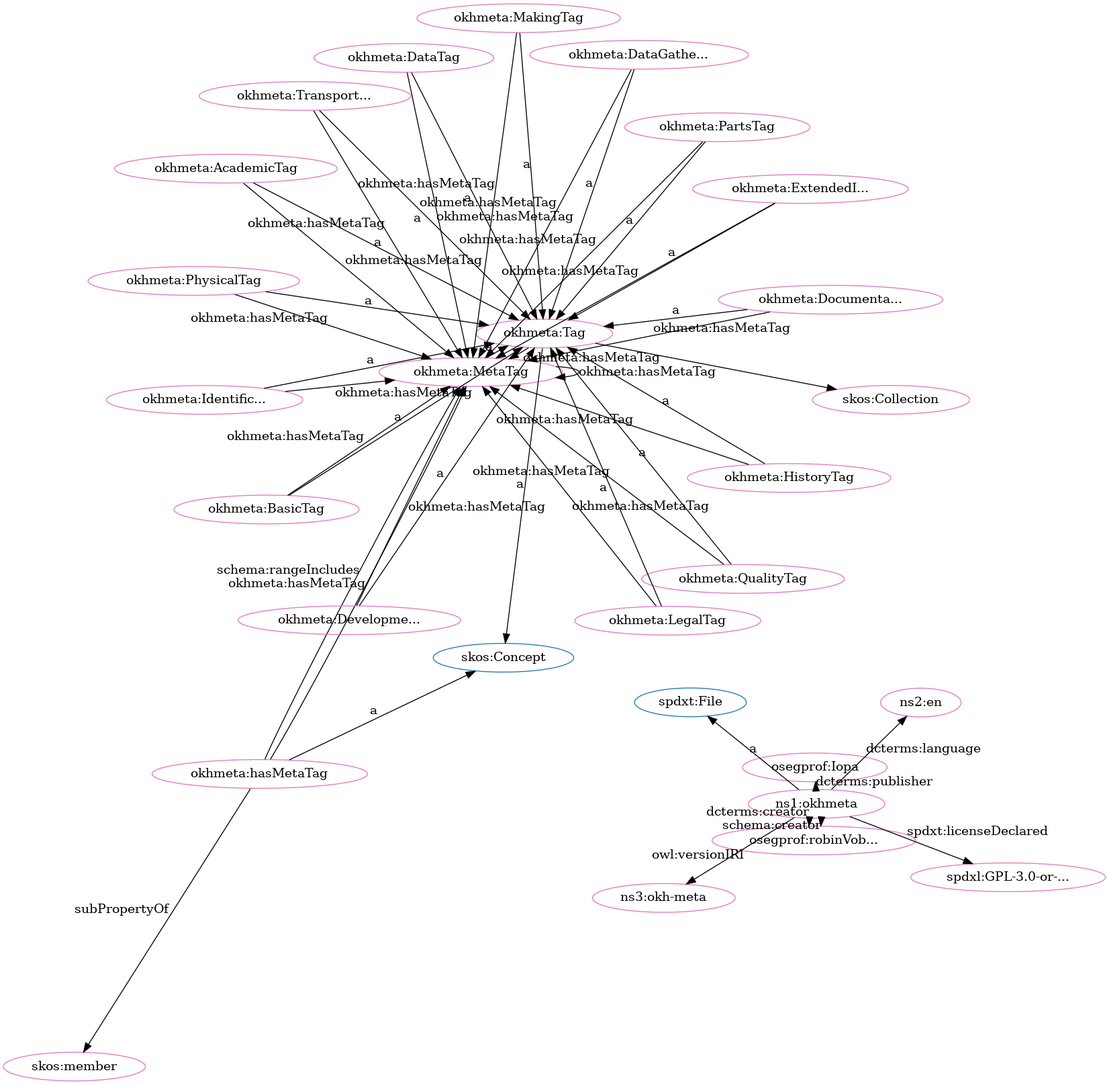
The Graphviz diagram src/spec/dot_okh-meta-clean.png in iop-alliance/OpenKnowHow, before a commit. Its source is kept beside it as src/spec/dot_okh-meta-clean.dot.
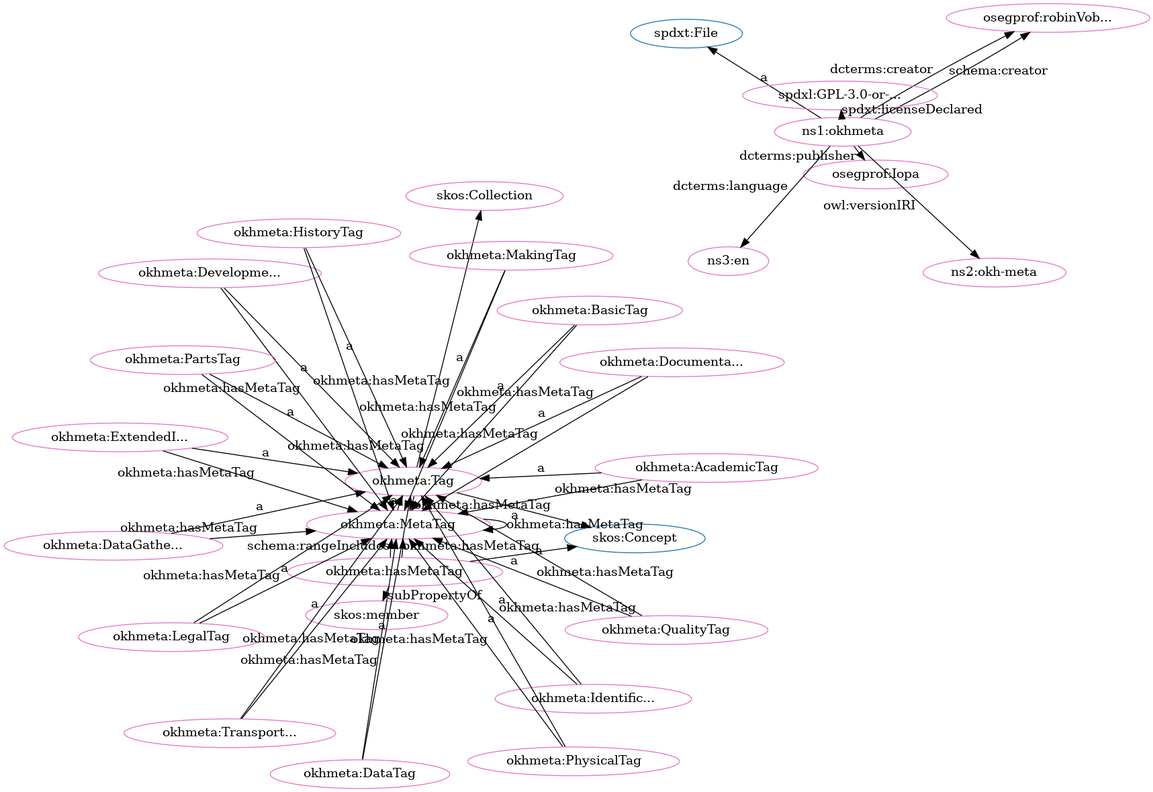
Above is the later version.

Diff of the diagram source:
```diff
@@ -2,80 +2,80 @@
   rankdir=BT
   node[height=.3]
 "http://spdx.org/rdf/terms#File" [fillcolor="#1f77b4" color="#1f77b4" label="spdxt:File"]
+"https://w3id.org/oseg/ont/okhmeta#Tag" [fillcolor="#1f77b4" color="#1f77b4" label="okhmeta:Tag"]
+"http://www.w3.org/2004/02/skos/core#Collection" [fillcolor="#1f77b4" color="#1f77b4" label="skos:Collection"]
+"https://w3id.org/oseg/ont/okhmeta#MetaTag" [fillcolor="#1f77b4" color="#1f77b4" label="okhmeta:MetaTag"]
 "http://www.w3.org/2004/02/skos/core#Concept" [fillcolor="#1f77b4" color="#1f77b4" label="skos:Concept"]
-"https://w3id.org/oseg/ont/okhmeta#MetaTag" [fillcolor="#1f77b4" color="#1f77b4" label="okhmeta:MetaTag"]
-"http://www.w3.org/2004/02/skos/core#Collection" [fillcolor="#1f77b4" color="#1f77b4" label="skos:Collection"]
-"https://w3id.org/oseg/ont/okhmeta#Tag" [fillcolor="#1f77b4" color="#1f77b4" label="okhmeta:Tag"]
+"https://w3id.org/oseg/ont/okhmeta#BasicTag" [fillcolor="#e377c2" color="#e377c2" label="okhmeta:BasicTag"]
 "https://w3id.org/oseg/ont/okhmeta#MetaTag" [fillcolor="#e377c2" color="#e377c2" label="okhmeta:MetaTag"]
+"https://w3id.org/oseg/ont/okhmeta#ExtendedInfoTag" [fillcolor="#e377c2" color="#e377c2" label="okhmeta:ExtendedI..."]
+"https://w3id.org/oseg/ont/okhmeta#DevelopmentTag" [fillcolor="#e377c2" color="#e377c2" label="okhmeta:Developme..."]
+"https://w3id.org/oseg/ont/okhmeta#QualityTag" [fillcolor="#e377c2" color="#e377c2" label="okhmeta:QualityTag"]
+"https://w3id.org/oseg/ont/oseg-profiles#robinVobruba" [fillcolor="#e377c2" color="#e377c2" label="osegprof:robinVob..."]
+"https://w3id.org/oseg/ont/okhmeta#hasMetaTag" [fillcolor="#e377c2" color="#e377c2" label="okhmeta:hasMetaTag"]
+"https://w3id.org/oseg/ont/okhmeta#IdentificationTag" [fillcolor="#e377c2" color="#e377c2" label="okhmeta:Identific..."]
 "https://w3id.org/oseg/ont/okhmeta#PhysicalTag" [fillcolor="#e377c2" color="#e377c2" label="okhmeta:PhysicalTag"]
-"https://w3id.org/oseg/ont/okhmeta#AcademicTag" [fillcolor="#e377c2" color="#e377c2" label="okhmeta:AcademicTag"]
-"https://spdx.org/licenses/GPL-3.0-or-later" [fillcolor="#e377c2" color="#e377c2" label="spdxl:GPL-3.0-or-..."]
-"https://w3id.org/oseg/ont/oseg-profiles#robinVobruba" [fillcolor="#e377c2" color="#e377c2" label="osegprof:robinVob..."]
-"https://w3id.org/oseg/ont/okhmeta#BasicTag" [fillcolor="#e377c2" color="#e377c2" label="okhmeta:BasicTag"]
-"https://w3id.org/oseg/ont/okhmeta#hasMetaTag" [fillcolor="#e377c2" color="#e377c2" label="okhmeta:hasMetaTag"]
-"https://w3id.org/oseg/ont/oseg-profiles#Iopa" [fillcolor="#e377c2" color="#e377c2" label="osegprof:Iopa"]
-"https://w3id.org/oseg/ont/okhmeta" [fillcolor="#e377c2" color="#e377c2" label="ns1:okhmeta"]
-"http://www.w3.org/2004/02/skos/core#member" [fillcolor="#e377c2" color="#e377c2" label="skos:member"]
 "https://w3id.org/oseg/ont/okhmeta#HistoryTag" [fillcolor="#e377c2" color="#e377c2" label="okhmeta:HistoryTag"]
 "https://w3id.org/oseg/ont/okhmeta#MakingTag" [fillcolor="#e377c2" color="#e377c2" label="okhmeta:MakingTag"]
-"https://w3id.org/oseg/ont/okhmeta#DevelopmentTag" [fillcolor="#e377c2" color="#e377c2" label="okhmeta:Developme..."]
+"https://w3id.org/oseg/ont/okhmeta#DocumentationTag" [fillcolor="#e377c2" color="#e377c2" label="okhmeta:Documenta..."]
+"https://w3id.org/oseg/ont/oseg-profiles#Iopa" [fillcolor="#e377c2" color="#e377c2" label="osegprof:Iopa"]
 "https://w3id.org/oseg/ont/okhmeta#DataGatheringTag" [fillcolor="#e377c2" color="#e377c2" label="okhmeta:DataGathe..."]
-"http://id.loc.gov/vocabulary/iso639-1/en" [fillcolor="#e377c2" color="#e377c2" label="ns2:en"]
-"https://w3id.org/oseg/ont/okhmeta#ExtendedInfoTag" [fillcolor="#e377c2" color="#e377c2" label="okhmeta:ExtendedI..."]
+"http://www.w3.org/2004/02/skos/core#Collection" [fillcolor="#e377c2" color="#e377c2" label="skos:Collection"]
 "https://w3id.org/oseg/ont/okhmeta#Tag" [fillcolor="#e377c2" color="#e377c2" label="okhmeta:Tag"]
+"http://www.w3.org/2004/02/skos/core#member" [fillcolor="#e377c2" color="#e377c2" label="skos:member"]
+"https://w3id.org/oseg/ont/okhmeta#LegalTag" [fillcolor="#e377c2" color="#e377c2" label="okhmeta:LegalTag"]
+"https://w3id.org/oseg/ont/okhmeta" [fillcolor="#e377c2" color="#e377c2" label="ns1:okhmeta"]
+"https://w3id.org/oseg/ont/okhmeta#TransportationTag" [fillcolor="#e377c2" color="#e377c2" label="okhmeta:Transport..."]
+"https://w3id.org/oseg/ont/1.1.0/okh-meta" [fillcolor="#e377c2" color="#e377c2" label="ns2:okh-meta"]
+"https://w3id.org/oseg/ont/okhmeta#DataTag" [fillcolor="#e377c2" color="#e377c2" label="okhmeta:DataTag"]
+"https://spdx.org/licenses/GPL-3.0-or-later" [fillcolor="#e377c2" color="#e377c2" label="spdxl:GPL-3.0-or-..."]
 "https://w3id.org/oseg/ont/okhmeta#PartsTag" [fillcolor="#e377c2" color="#e377c2" label="okhmeta:PartsTag"]
-"https://w3id.org/oseg/ont/okhmeta#QualityTag" [fillcolor="#e377c2" color="#e377c2" label="okhmeta:QualityTag"]
-"https://w3id.org/oseg/ont/okhmeta#DocumentationTag" [fillcolor="#e377c2" color="#e377c2" label="okhmeta:Documenta..."]
-"https://w3id.org/oseg/ont/okhmeta#IdentificationTag" [fillcolor="#e377c2" color="#e377c2" label="okhmeta:Identific..."]
-"https://w3id.org/oseg/ont/1.1.0/okh-meta" [fillcolor="#e377c2" color="#e377c2" label="ns3:okh-meta"]
-"http://www.w3.org/2004/02/skos/core#Collection" [fillcolor="#e377c2" color="#e377c2" label="skos:Collection"]
-"https://w3id.org/oseg/ont/okhmeta#LegalTag" [fillcolor="#e377c2" color="#e377c2" label="okhmeta:LegalTag"]
-"https://w3id.org/oseg/ont/okhmeta#DataTag" [fillcolor="#e377c2" color="#e377c2" label="okhmeta:DataTag"]
-"https://w3id.org/oseg/ont/okhmeta#TransportationTag" [fillcolor="#e377c2" color="#e377c2" label="okhmeta:Transport..."]
+"https://w3id.org/oseg/ont/okhmeta#AcademicTag" [fillcolor="#e377c2" color="#e377c2" label="okhmeta:AcademicTag"]
+"http://id.loc.gov/vocabulary/iso639-1/en" [fillcolor="#e377c2" color="#e377c2" label="ns3:en"]
+  "https://w3id.org/oseg/ont/okhmeta#BasicTag" -> "https://w3id.org/oseg/ont/okhmeta#Tag" [label="a"]
+  "https://w3id.org/oseg/ont/okhmeta#ExtendedInfoTag" -> "https://w3id.org/oseg/ont/okhmeta#Tag" [label="a"]
+  "https://w3id.org/oseg/ont/okhmeta#hasMetaTag" -> "https://w3id.org/oseg/ont/okhmeta#MetaTag" [label="schema:rangeIncludes"]
+  "https://w3id.org/oseg/ont/okhmeta#MetaTag" -> "https://w3id.org/oseg/ont/okhmeta#Tag" [label="a"]
+  "https://w3id.org/oseg/ont/okhmeta" -> "https://w3id.org/oseg/ont/oseg-profiles#robinVobruba" [label="dcterms:creator"]
+  "https://w3id.org/oseg/ont/okhmeta#IdentificationTag" -> "https://w3id.org/oseg/ont/okhmeta#Tag" [label="a"]
+  "https://w3id.org/oseg/ont/okhmeta#HistoryTag" -> "https://w3id.org/oseg/ont/okhmeta#Tag" [label="a"]
   "https://w3id.org/oseg/ont/okhmeta#DevelopmentTag" -> "https://w3id.org/oseg/ont/okhmeta#MetaTag" [label="okhmeta:hasMetaTag"]
+  "https://w3id.org/oseg/ont/okhmeta#QualityTag" -> "https://w3id.org/oseg/ont/okhmeta#MetaTag" [label="okhmeta:hasMetaTag"]
+  "https://w3id.org/oseg/ont/okhmeta#AcademicTag" -> "https://w3id.org/oseg/ont/okhmeta#MetaTag" [label="okhmeta:hasMetaTag"]
+  "https://w3id.org/oseg/ont/okhmeta#DocumentationTag" -> "https://w3id.org/oseg/ont/okhmeta#Tag" [label="a"]
+  "https://w3id.org/oseg/ont/okhmeta#ExtendedInfoTag" -> "https://w3id.org/oseg/ont/okhmeta#MetaTag" [label="okhmeta:hasMetaTag"]
+  "https://w3id.org/oseg/ont/okhmeta#Tag" -> "http://www.w3.org/2004/02/skos/core#Collection" [label=""]
+  "https://w3id.org/oseg/ont/okhmeta#hasMetaTag" -> "http://www.w3.org/2004/02/skos/core#member" [label="subPropertyOf"]
+  "https://w3id.org/oseg/ont/okhmeta#LegalTag" -> "https://w3id.org/oseg/ont/okhmeta#Tag" [label="a"]
+  "https://w3id.org/oseg/ont/okhmeta#DataGatheringTag" -> "https://w3id.org/oseg/ont/okhmeta#MetaTag" [label="okhmeta:hasMetaTag"]
+  "https://w3id.org/oseg/ont/okhmeta#MetaTag" -> "https://w3id.org/oseg/ont/okhmeta#MetaTag" [label="okhmeta:hasMetaTag"]
+  "https://w3id.org/oseg/ont/okhmeta" -> "https://w3id.org/oseg/ont/1.1.0/okh-meta" [label="owl:versionIRI"]
+  "https://w3id.org/oseg/ont/okhmeta#DataTag" -> "https://w3id.org/oseg/ont/okhmeta#Tag" [label="a"]
+  "https://w3id.org/oseg/ont/okhmeta#LegalTag" -> "https://w3id.org/oseg/ont/okhmeta#MetaTag" [label="okhmeta:hasMetaTag"]
   "https://w3id.org/oseg/ont/okhmeta#TransportationTag" -> "https://w3id.org/oseg/ont/okhmeta#MetaTag" [label="okhmeta:hasMetaTag"]
-  "https://w3id.org/oseg/ont/okhmeta#AcademicTag" -> "https://w3id.org/oseg/ont/okhmeta#MetaTag" [label="okhmeta:hasMetaTag"]
+  "https://w3id.org/oseg/ont/okhmeta#DataTag" -> "https://w3id.org/oseg/ont/okhmeta#MetaTag" [label="okhmeta:hasMetaTag"]
+  "https://w3id.org/oseg/ont/okhmeta" -> "http://id.loc.gov/vocabulary/iso639-1/en" [label="dcterms:language"]
+  "https://w3id.org/oseg/ont/okhmeta#PartsTag" -> "https://w3id.org/oseg/ont/okhmeta#MetaTag" [label="okhmeta:hasMetaTag"]
+  "https://w3id.org/oseg/ont/okhmeta#HistoryTag" -> "https://w3id.org/oseg/ont/okhmeta#MetaTag" [label="okhmeta:hasMetaTag"]
+  "https://w3id.org/oseg/ont/okhmeta#PhysicalTag" -> "https://w3id.org/oseg/ont/okhmeta#MetaTag" [label="okhmeta:hasMetaTag"]
+  "https://w3id.org/oseg/ont/okhmeta#MakingTag" -> "https://w3id.org/oseg/ont/okhmeta#MetaTag" [label="okhmeta:hasMetaTag"]
+  "https://w3id.org/oseg/ont/okhmeta#DevelopmentTag" -> "https://w3id.org/oseg/ont/okhmeta#Tag" [label="a"]
+  "https://w3id.org/oseg/ont/okhmeta#QualityTag" -> "https://w3id.org/oseg/ont/okhmeta#Tag" [label="a"]
+  "https://w3id.org/oseg/ont/okhmeta#PhysicalTag" -> "https://w3id.org/oseg/ont/okhmeta#Tag" [label="a"]
+  "https://w3id.org/oseg/ont/okhmeta#MakingTag" -> "https://w3id.org/oseg/ont/okhmeta#Tag" [label="a"]
+  "https://w3id.org/oseg/ont/okhmeta#hasMetaTag" -> "http://www.w3.org/2004/02/skos/core#Concept" [label="a"]
+  "https://w3id.org/oseg/ont/okhmeta#IdentificationTag" -> "https://w3id.org/oseg/ont/okhmeta#MetaTag" [label="okhmeta:hasMetaTag"]
+  "https://w3id.org/oseg/ont/okhmeta" -> "https://w3id.org/oseg/ont/oseg-profiles#Iopa" [label="dcterms:publisher"]
+  "https://w3id.org/oseg/ont/okhmeta#DataGatheringTag" -> "https://w3id.org/oseg/ont/okhmeta#Tag" [label="a"]
+  "https://w3id.org/oseg/ont/okhmeta#Tag" -> "http://www.w3.org/2004/02/skos/core#Concept" [label="a"]
+  "https://w3id.org/oseg/ont/okhmeta#BasicTag" -> "https://w3id.org/oseg/ont/okhmeta#MetaTag" [label="okhmeta:hasMetaTag"]
+  "https://w3id.org/oseg/ont/okhmeta" -> "http://spdx.org/rdf/terms#File" [label="a"]
+  "https://w3id.org/oseg/ont/okhmeta#TransportationTag" -> "https://w3id.org/oseg/ont/okhmeta#Tag" [label="a"]
+  "https://w3id.org/oseg/ont/okhmeta#hasMetaTag" -> "https://w3id.org/oseg/ont/okhmeta#MetaTag" [label="okhmeta:hasMetaTag"]
+  "https://w3id.org/oseg/ont/okhmeta#DocumentationTag" -> "https://w3id.org/oseg/ont/okhmeta#MetaTag" [label="okhmeta:hasMetaTag"]
   "https://w3id.org/oseg/ont/okhmeta" -> "https://spdx.org/licenses/GPL-3.0-or-later" [label="spdxt:licenseDeclared"]
+  "https://w3id.org/oseg/ont/okhmeta#Tag" -> "https://w3id.org/oseg/ont/okhmeta#MetaTag" [label="okhmeta:hasMetaTag"]
+  "https://w3id.org/oseg/ont/okhmeta#PartsTag" -> "https://w3id.org/oseg/ont/okhmeta#Tag" [label="a"]
+  "https://w3id.org/oseg/ont/okhmeta#AcademicTag" -> "https://w3id.org/oseg/ont/okhmeta#Tag" [label="a"]
   "https://w3id.org/oseg/ont/okhmeta" -> "https://w3id.org/oseg/ont/oseg-profiles#robinVobruba" [label="schema:creator"]
-  "https://w3id.org/oseg/ont/okhmeta#BasicTag" -> "https://w3id.org/oseg/ont/okhmeta#Tag" [label="a"]
-  "https://w3id.org/oseg/ont/okhmeta#hasMetaTag" -> "http://www.w3.org/2004/02/skos/core#member" [label="subPropertyOf"]
-  "https://w3id.org/oseg/ont/okhmeta#hasMetaTag" -> "https://w3id.org/oseg/ont/okhmeta#MetaTag" [label="schema:rangeIncludes"]
-  "https://w3id.org/oseg/ont/okhmeta" -> "http://spdx.org/rdf/terms#File" [label="a"]
-  "https://w3id.org/oseg/ont/okhmeta" -> "https://w3id.org/oseg/ont/oseg-profiles#robinVobruba" [label="dcterms:creator"]
-  "https://w3id.org/oseg/ont/okhmeta#HistoryTag" -> "https://w3id.org/oseg/ont/okhmeta#MetaTag" [label="okhmeta:hasMetaTag"]
-  "https://w3id.org/oseg/ont/okhmeta#MakingTag" -> "https://w3id.org/oseg/ont/okhmeta#Tag" [label="a"]
-  "https://w3id.org/oseg/ont/okhmeta#DevelopmentTag" -> "https://w3id.org/oseg/ont/okhmeta#Tag" [label="a"]
-  "https://w3id.org/oseg/ont/okhmeta#DataGatheringTag" -> "https://w3id.org/oseg/ont/okhmeta#MetaTag" [label="okhmeta:hasMetaTag"]
-  "https://w3id.org/oseg/ont/okhmeta#MakingTag" -> "https://w3id.org/oseg/ont/okhmeta#MetaTag" [label="okhmeta:hasMetaTag"]
-  "https://w3id.org/oseg/ont/okhmeta#ExtendedInfoTag" -> "https://w3id.org/oseg/ont/okhmeta#Tag" [label="a"]
-  "https://w3id.org/oseg/ont/okhmeta#hasMetaTag" -> "https://w3id.org/oseg/ont/okhmeta#MetaTag" [label="okhmeta:hasMetaTag"]
-  "https://w3id.org/oseg/ont/okhmeta#MetaTag" -> "https://w3id.org/oseg/ont/okhmeta#MetaTag" [label="okhmeta:hasMetaTag"]
-  "https://w3id.org/oseg/ont/okhmeta#DocumentationTag" -> "https://w3id.org/oseg/ont/okhmeta#MetaTag" [label="okhmeta:hasMetaTag"]
-  "https://w3id.org/oseg/ont/okhmeta#IdentificationTag" -> "https://w3id.org/oseg/ont/okhmeta#Tag" [label="a"]
-  "https://w3id.org/oseg/ont/okhmeta" -> "https://w3id.org/oseg/ont/1.1.0/okh-meta" [label="owl:versionIRI"]
-  "https://w3id.org/oseg/ont/okhmeta#LegalTag" -> "https://w3id.org/oseg/ont/okhmeta#MetaTag" [label="okhmeta:hasMetaTag"]
-  "https://w3id.org/oseg/ont/okhmeta#Tag" -> "http://www.w3.org/2004/02/skos/core#Collection" [label=""]
-  "https://w3id.org/oseg/ont/okhmeta#DataTag" -> "https://w3id.org/oseg/ont/okhmeta#Tag" [label="a"]
-  "https://w3id.org/oseg/ont/okhmeta#DataTag" -> "https://w3id.org/oseg/ont/okhmeta#MetaTag" [label="okhmeta:hasMetaTag"]
-  "https://w3id.org/oseg/ont/okhmeta#PhysicalTag" -> "https://w3id.org/oseg/ont/okhmeta#Tag" [label="a"]
-  "https://w3id.org/oseg/ont/okhmeta#PhysicalTag" -> "https://w3id.org/oseg/ont/okhmeta#MetaTag" [label="okhmeta:hasMetaTag"]
-  "https://w3id.org/oseg/ont/okhmeta#AcademicTag" -> "https://w3id.org/oseg/ont/okhmeta#Tag" [label="a"]
-  "https://w3id.org/oseg/ont/okhmeta#QualityTag" -> "https://w3id.org/oseg/ont/okhmeta#MetaTag" [label="okhmeta:hasMetaTag"]
-  "https://w3id.org/oseg/ont/okhmeta#PartsTag" -> "https://w3id.org/oseg/ont/okhmeta#MetaTag" [label="okhmeta:hasMetaTag"]
-  "https://w3id.org/oseg/ont/okhmeta" -> "https://w3id.org/oseg/ont/oseg-profiles#Iopa" [label="dcterms:publisher"]
-  "https://w3id.org/oseg/ont/okhmeta#HistoryTag" -> "https://w3id.org/oseg/ont/okhmeta#Tag" [label="a"]
-  "https://w3id.org/oseg/ont/okhmeta#ExtendedInfoTag" -> "https://w3id.org/oseg/ont/okhmeta#MetaTag" [label="okhmeta:hasMetaTag"]
-  "https://w3id.org/oseg/ont/okhmeta#DataGatheringTag" -> "https://w3id.org/oseg/ont/okhmeta#Tag" [label="a"]
-  "https://w3id.org/oseg/ont/okhmeta" -> "http://id.loc.gov/vocabulary/iso639-1/en" [label="dcterms:language"]
-  "https://w3id.org/oseg/ont/okhmeta#Tag" -> "http://www.w3.org/2004/02/skos/core#Concept" [label="a"]
-  "https://w3id.org/oseg/ont/okhmeta#PartsTag" -> "https://w3id.org/oseg/ont/okhmeta#Tag" [label="a"]
-  "https://w3id.org/oseg/ont/okhmeta#BasicTag" -> "https://w3id.org/oseg/ont/okhmeta#MetaTag" [label="okhmeta:hasMetaTag"]
-  "https://w3id.org/oseg/ont/okhmeta#QualityTag" -> "https://w3id.org/oseg/ont/okhmeta#Tag" [label="a"]
-  "https://w3id.org/oseg/ont/okhmeta#DocumentationTag" -> "https://w3id.org/oseg/ont/okhmeta#Tag" [label="a"]
-  "https://w3id.org/oseg/ont/okhmeta#IdentificationTag" -> "https://w3id.org/oseg/ont/okhmeta#MetaTag" [label="okhmeta:hasMetaTag"]
-  "https://w3id.org/oseg/ont/okhmeta#MetaTag" -> "https://w3id.org/oseg/ont/okhmeta#Tag" [label="a"]
-  "https://w3id.org/oseg/ont/okhmeta#hasMetaTag" -> "http://www.w3.org/2004/02/skos/core#Concept" [label="a"]
-  "https://w3id.org/oseg/ont/okhmeta#Tag" -> "https://w3id.org/oseg/ont/okhmeta#MetaTag" [label="okhmeta:hasMetaTag"]
-  "https://w3id.org/oseg/ont/okhmeta#LegalTag" -> "https://w3id.org/oseg/ont/okhmeta#Tag" [label="a"]
-  "https://w3id.org/oseg/ont/okhmeta#TransportationTag" -> "https://w3id.org/oseg/ont/okhmeta#Tag" [label="a"]
 }
```
